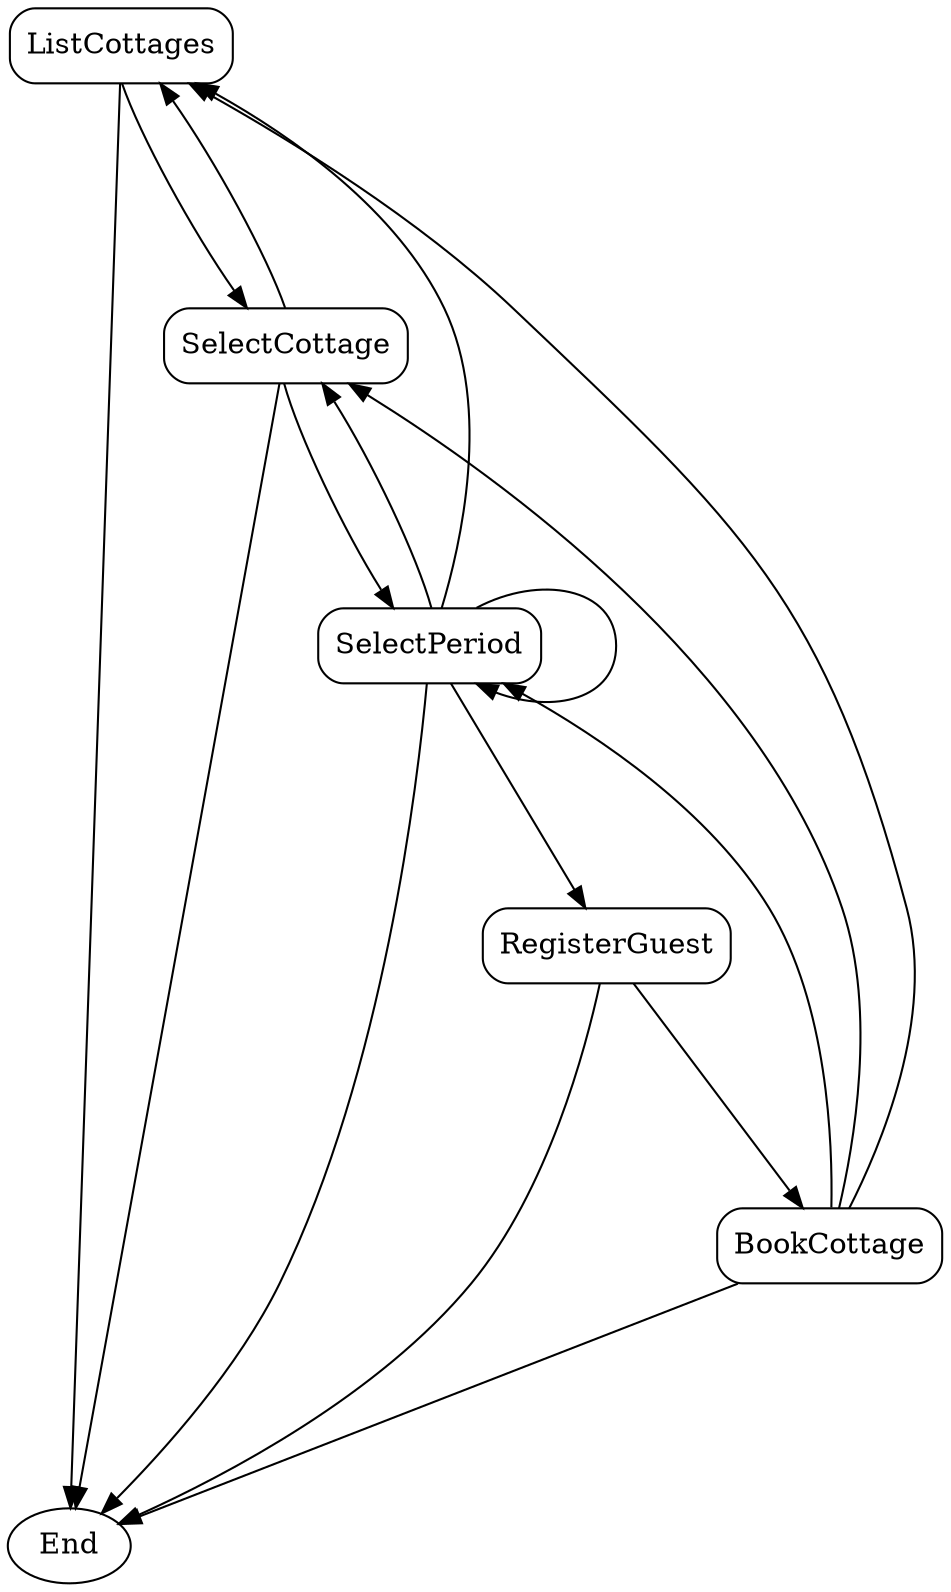
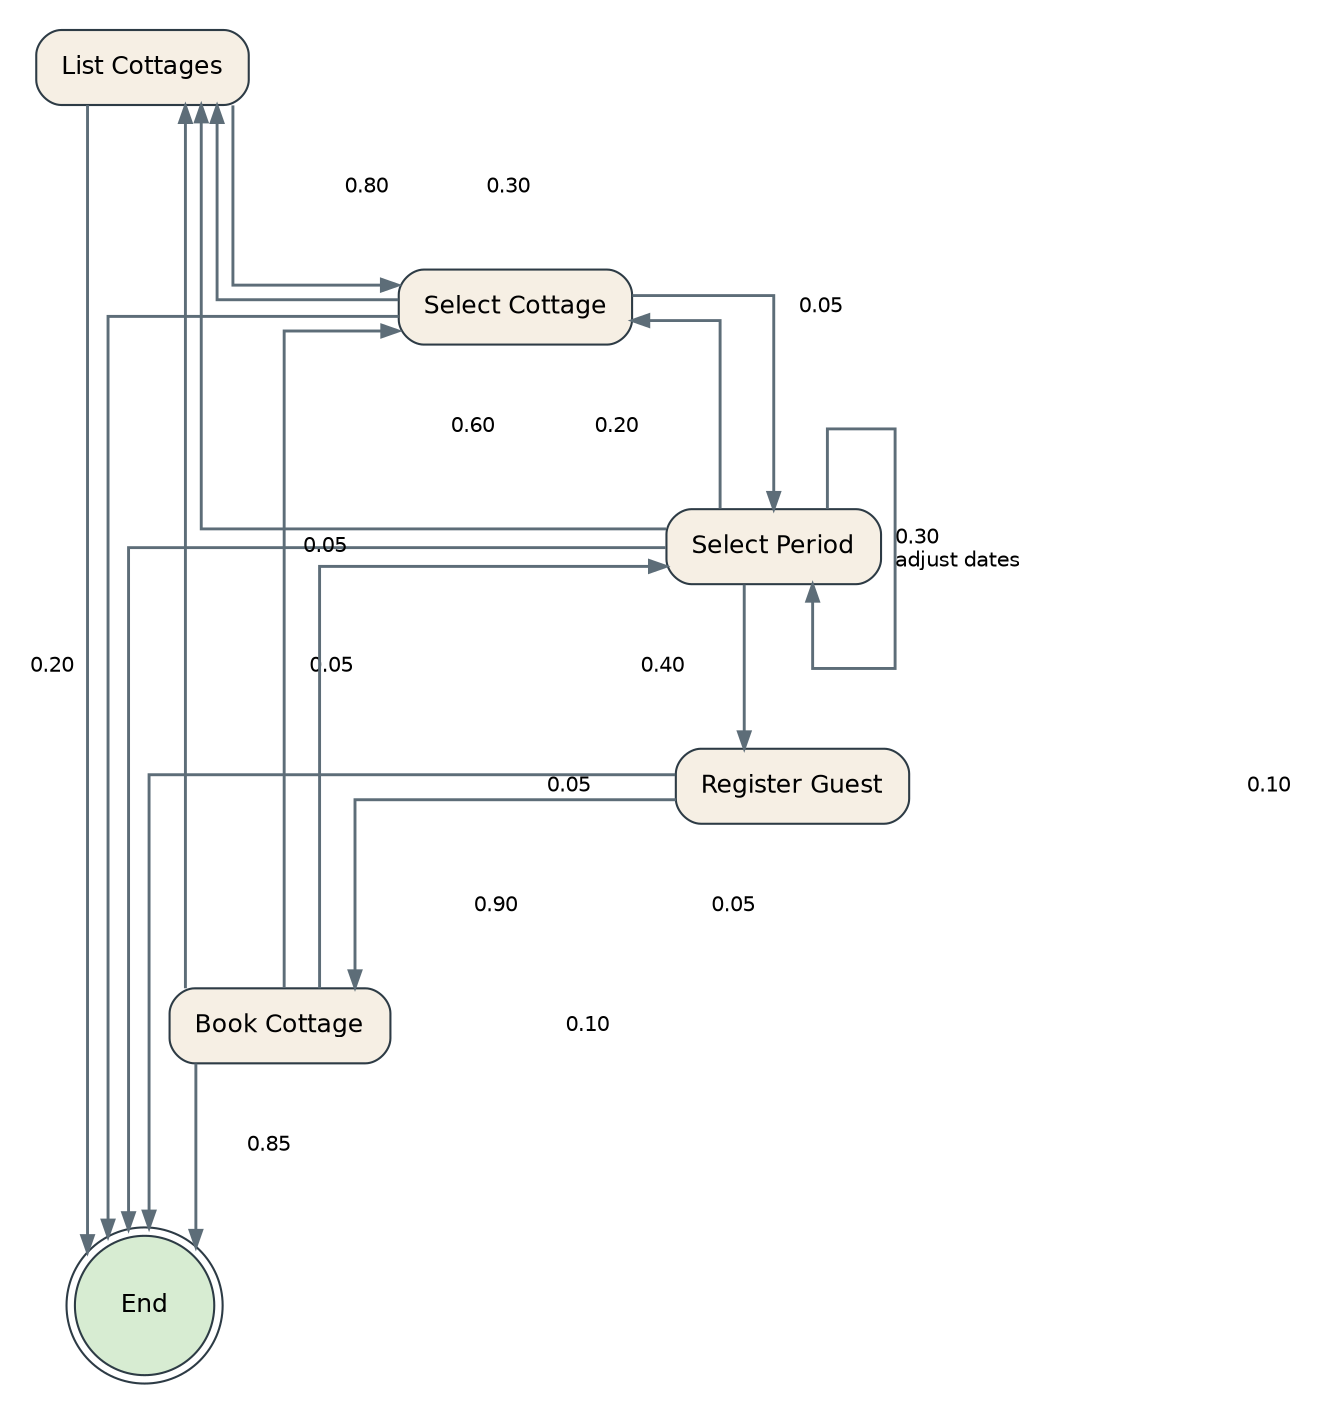
digraph booking {
-     rankdir=TB;
-     nodesep=0.5;
-     ranksep=1.5;
+     graph [
+         rankdir=TB,
+         splines=ortho,
+         nodesep=0.55,
+         ranksep=0.95,
+         pad=0.2,
+         bgcolor="white",
+         fontname="Helvetica"
+     ];

-     node [shape=box, style=rounded]
-     End [shape=oval]
+     node [
+         shape=box,
+         style="rounded,filled",
+         fontname="Helvetica",
+         fontsize=12,
+         margin="0.16,0.10",
+         color="#2d3b45",
+         fillcolor="#f6efe4"
+     ];

-     ListCottages
-     SelectCottage
-     SelectPeriod
-     RegisterGuest
-     BookCottage
+     edge [
+         fontname="Helvetica",
+         fontsize=10,
+         color="#5d6d78",
+         penwidth=1.4,
+         arrowsize=0.8
+     ];

-     ListCottages -> SelectCottage [weight=0.80]
-     ListCottages -> End [weight=0.20]
+     End [shape=doublecircle, label="End", fillcolor="#d7ecd2"];

-     SelectCottage -> SelectPeriod [weight=0.60]
-     SelectCottage -> ListCottages [weight=0.30]
-     SelectCottage -> End [weight=0.10]
+     ListCottages [label="List Cottages"];
+     SelectCottage [label="Select Cottage"];
+     SelectPeriod [label="Select Period"];
+     RegisterGuest [label="Register Guest"];
+     BookCottage [label="Book Cottage"];

-     SelectPeriod -> SelectPeriod [weight=0.30]
-     SelectPeriod -> SelectCottage [weight=0.20]
-     SelectPeriod -> ListCottages [weight=0.05]
-     SelectPeriod -> RegisterGuest [weight=0.40]
-     SelectPeriod -> End [weight=0.05]
+     ListCottages -> SelectCottage [weight=0.80, label="0.80"];
+     ListCottages -> End [weight=0.20, label="0.20"];

-     RegisterGuest -> BookCottage [weight=0.90]
-     RegisterGuest -> End [weight=0.10]
+     SelectCottage -> SelectPeriod [weight=0.60, label="0.60"];
+     SelectCottage -> ListCottages [weight=0.30, label="0.30"];
+     SelectCottage -> End [weight=0.10, label="0.10"];

-     BookCottage -> SelectPeriod [weight=0.05]
-     BookCottage -> SelectCottage [weight=0.05]
-     BookCottage -> ListCottages [weight=0.05]
-     BookCottage -> End [weight=0.85]
- }+     SelectPeriod -> SelectPeriod [weight=0.30, label="0.30", xlabel="adjust dates"];
+     SelectPeriod -> SelectCottage [weight=0.20, label="0.20"];
+     SelectPeriod -> ListCottages [weight=0.05, label="0.05"];
+     SelectPeriod -> RegisterGuest [weight=0.40, label="0.40"];
+     SelectPeriod -> End [weight=0.05, label="0.05"];
+ 
+     RegisterGuest -> BookCottage [weight=0.90, label="0.90"];
+     RegisterGuest -> End [weight=0.10, label="0.10"];
+ 
+     BookCottage -> SelectPeriod [weight=0.05, label="0.05"];
+     BookCottage -> SelectCottage [weight=0.05, label="0.05"];
+     BookCottage -> ListCottages [weight=0.05, label="0.05"];
+     BookCottage -> End [weight=0.85, label="0.85"];
+ 
+     { rank=sink; End }
+ }
